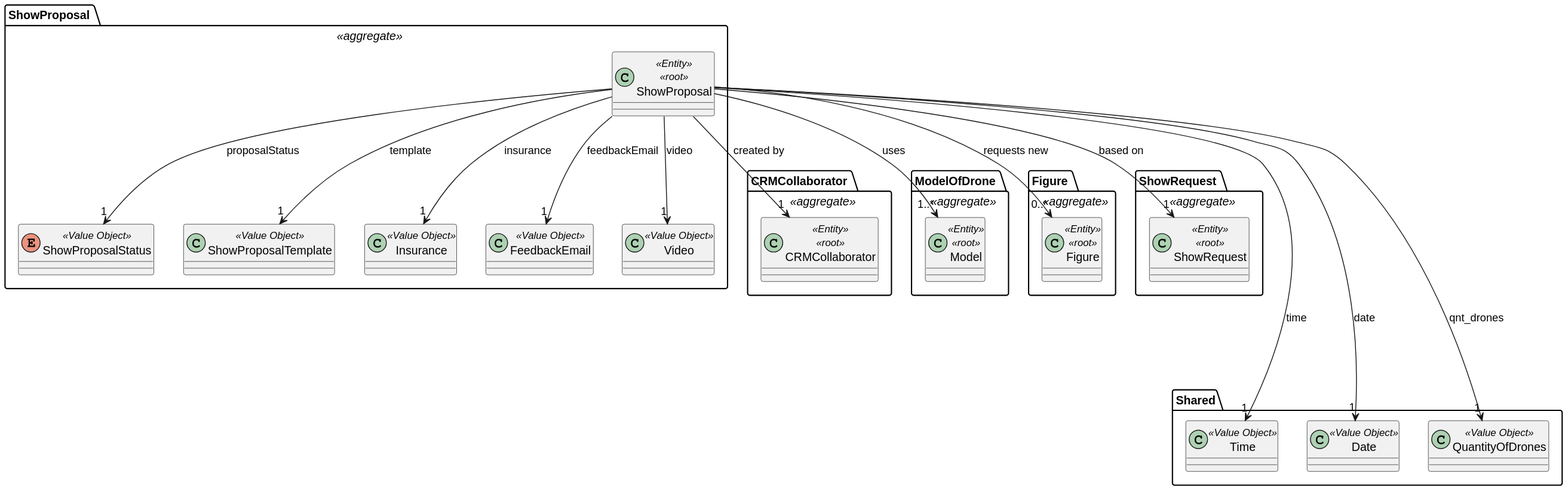
The PlantUML diagram docs/global_artifacts/analysis/images/domain_model_show_proposal.svg in diogoveirospro/sem4pi-2024-2025-sem4pi_2024_2025_g44, before a commit.
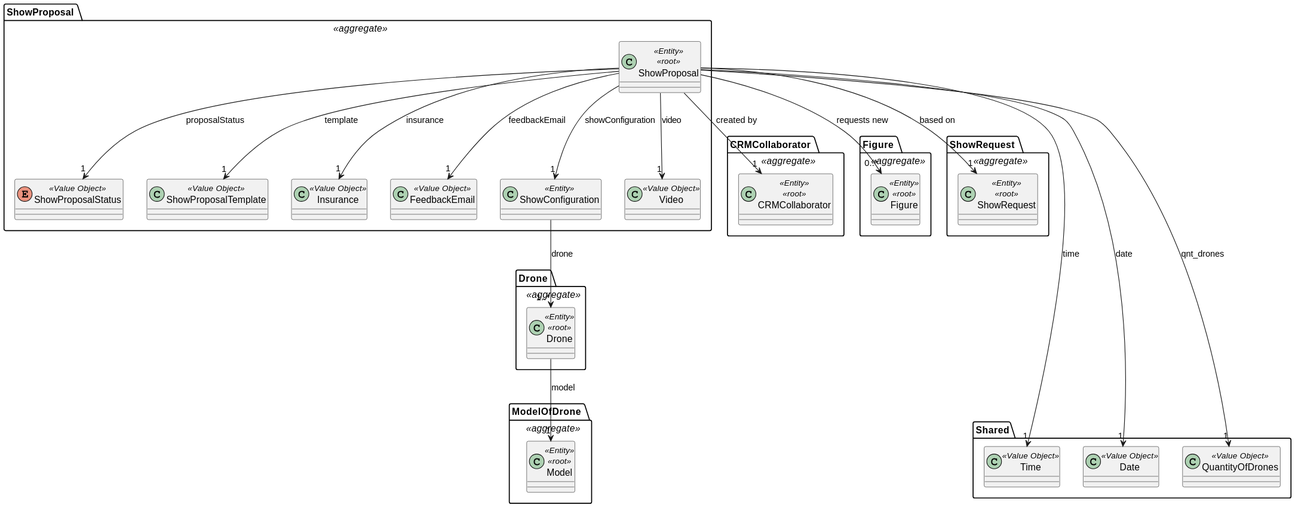
The same diagram one commit later.

Commit message:
update domain model

The edit, as a diff of the source:
```diff
@@ -24,6 +24,13 @@
     }
 }
 
+package "Drone " <<aggregate>>{
+
+    class Drone <<Entity>> <<root>>{
+    }
+}
+
+
 package "ShowProposal " <<aggregate>>{
 
     enum ShowProposalStatus <<Value Object>>{
@@ -40,8 +47,13 @@
     class FeedbackEmail <<Value Object>>{
     }
 
-    class Video <<Value Object>>{
+    class ShowConfiguration <<Entity>>{
     }
+        class Video <<Value Object>>{
+        }
+
+
+     ShowProposal --> "1" Video: video
 
     ShowProposal --> "1" FeedbackEmail: feedbackEmail
     ShowProposal --> "1" CRMCollaborator: created by
@@ -49,9 +61,10 @@
     ShowProposal --> "1" ShowProposalStatus: proposalStatus
     ShowProposal --> "0..*" Figure : requests new
     ShowProposal --> "1" ShowProposalTemplate: template
-    ShowProposal --> "1..*" Model: uses
+    ShowConfiguration --> "1..*" Drone: drone
     ShowProposal --> "1" Insurance: insurance
-    ShowProposal --> "1" Video: video
+        ShowProposal --> "1" ShowConfiguration: showConfiguration
+     Drone --> "1" Model: model
 }
 
 package Shared {
```
